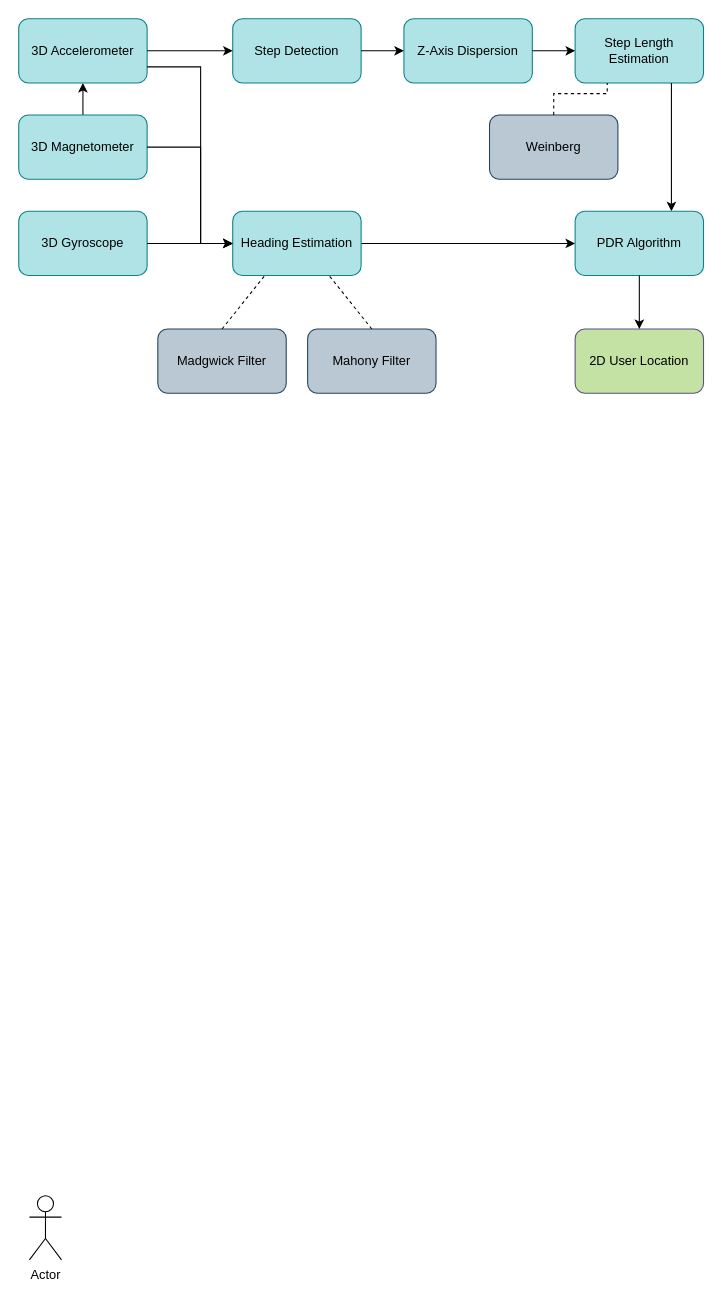
The draw.io diagram Images/Experiments/pdr.drawio in Awesome-sw8-project/P8, before the edit. Source tidied: cells renumbered, new cells numbered last; positions are measured from the earlier drawing's top-left corner, leaving out a move shared by most shapes. Both pictures are drawn from the tidied source at 107%, with x=0, y=0 at pixel (18, 18).
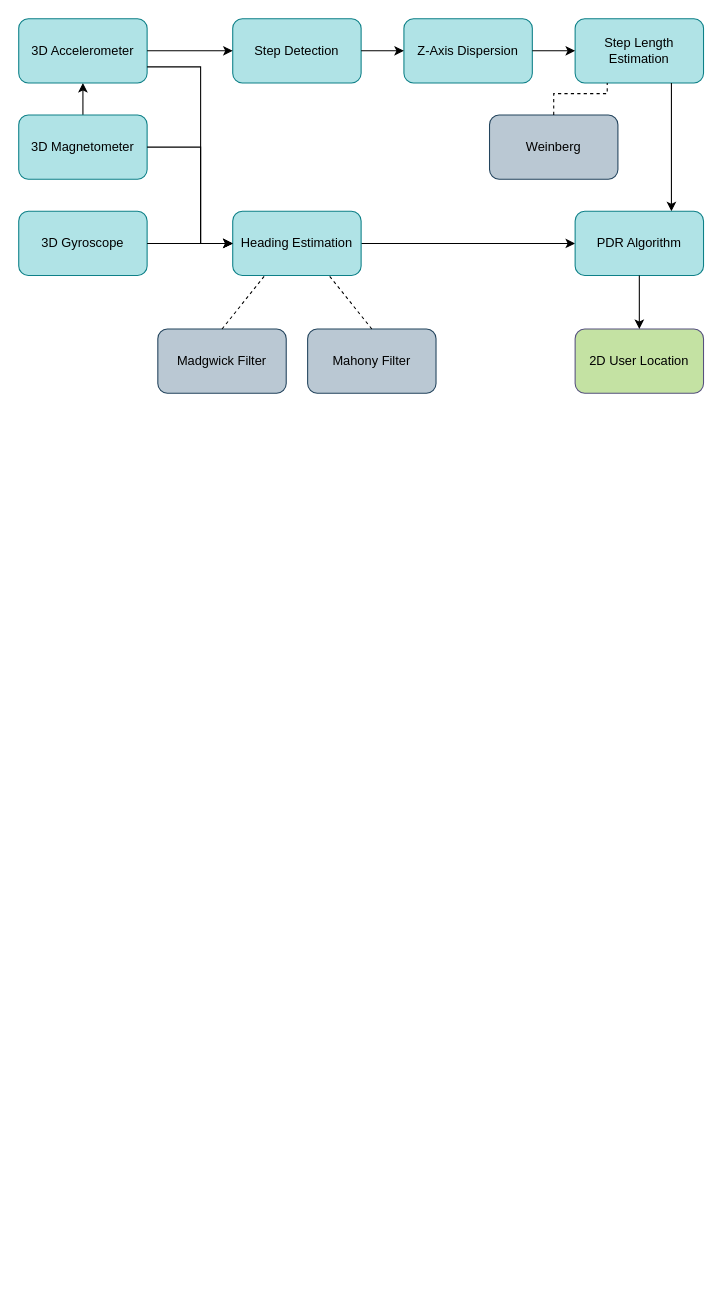
Above is the later version.

Diff of the diagram source:
```diff
@@
-    <mxCell id="8" value="Actor" style="shape=umlActor;verticalLabelPosition=bottom;verticalAlign=top;html=1;" parent="1" vertex="1">
-      <mxGeometry x="10" y="1100" width="30" height="60" as="geometry" />
-    </mxCell>
```
